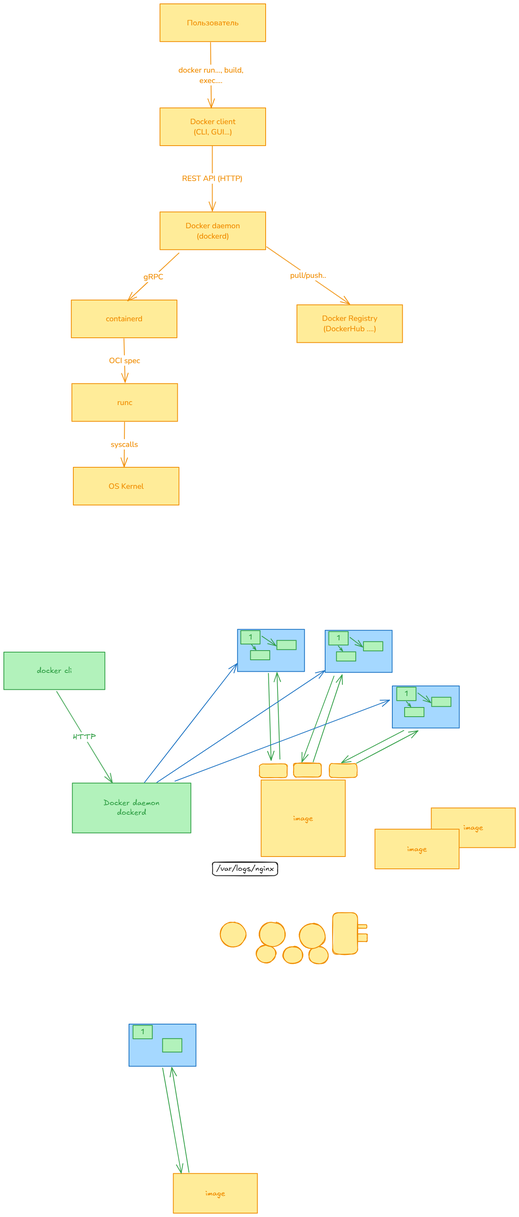
This is 6_docker/6.1_docker.excalidraw.png from silvercodes/p23_p31_docker, a Excalidraw export, as it was before one commit. Source tidied: one line per element, renumbered; positions are measured from the earlier drawing's top-left corner, leaving out a move shared by most shapes.
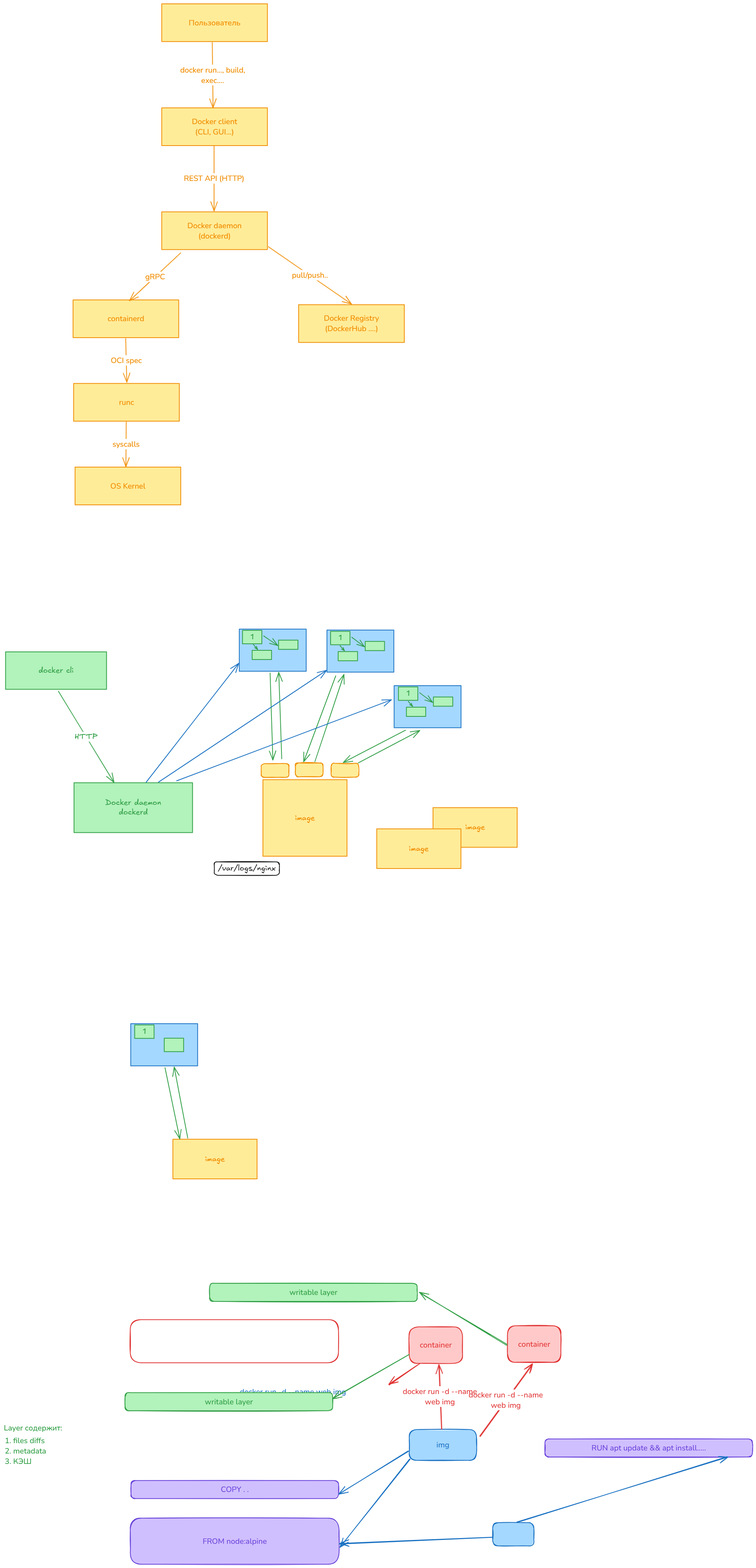
The same file after the commit.

Change to the diagram source:
```diff
@@ -40,13 +40,13 @@
 {"id": 39, "type": "arrow", "strokeColor": "#2f9e44", "backgroundColor": "#b2f2bb", "fillStyle": "solid", "strokeWidth": 2, "roughness": 0, "endArrowhead": "arrow", "round": true, "from": 80, "to": 29, "x": 919, "y": 1976, "width": 160, "height": 84, "points": [[0, 0], [160, -84]]}
 {"id": 40, "type": "arrow", "strokeColor": "#1971c2", "backgroundColor": "#b2f2bb", "fillStyle": "solid", "strokeWidth": 2, "roughness": 0, "endArrowhead": "arrow", "round": true, "from": 0, "to": 22, "x": 398, "y": 2026, "width": 438, "height": 291, "points": [[0, 0], [438, -291]]}
 {"id": 41, "type": "arrow", "strokeColor": "#1971c2", "backgroundColor": "#b2f2bb", "fillStyle": "solid", "strokeWidth": 2, "roughness": 0, "endArrowhead": "arrow", "round": true, "from": 0, "x": 446, "y": 2023, "width": 559, "height": 211, "points": [[0, 0], [559, -211]]}
-{"id": 42, "type": "rectangle", "strokeColor": "#f08c00", "backgroundColor": "#ffec99", "fillStyle": "solid", "strokeWidth": 2, "roughness": 0, "x": 441, "y": 3044, "width": 219, "height": 103}
+{"id": 42, "type": "rectangle", "strokeColor": "#f08c00", "backgroundColor": "#ffec99", "fillStyle": "solid", "strokeWidth": 2, "roughness": 0, "x": 436, "y": 2956, "width": 219, "height": 103}
-{"id": 43, "type": "text", "text": "image", "strokeColor": "#f08c00", "backgroundColor": "#ffec99", "fillStyle": "solid", "strokeWidth": 2, "roughness": 0, "fontSize": 20, "fontFamily": 5, "textAlign": "center", "verticalAlign": "middle", "inside": 42, "x": 525, "y": 3083, "width": 51, "height": 25}
+{"id": 43, "type": "text", "text": "image", "strokeColor": "#f08c00", "backgroundColor": "#ffec99", "fillStyle": "solid", "strokeWidth": 2, "roughness": 0, "fontSize": 20, "fontFamily": 5, "textAlign": "center", "verticalAlign": "middle", "inside": 42, "x": 520, "y": 2995, "width": 51, "height": 25}
 {"id": 44, "type": "rectangle", "strokeColor": "#1971c2", "backgroundColor": "#a5d8ff", "fillStyle": "solid", "strokeWidth": 2, "roughness": 0, "x": 326, "y": 2655, "width": 174, "height": 110}
 {"id": 45, "type": "rectangle", "strokeColor": "#2f9e44", "backgroundColor": "#b2f2bb", "fillStyle": "solid", "strokeWidth": 2, "roughness": 0, "x": 336, "y": 2658, "width": 50, "height": 35}
 {"id": 46, "type": "text", "text": "1", "strokeColor": "#2f9e44", "backgroundColor": "#b2f2bb", "fillStyle": "solid", "strokeWidth": 2, "roughness": 0, "fontSize": 20, "fontFamily": 5, "textAlign": "center", "verticalAlign": "middle", "inside": 45, "x": 357, "y": 2663, "width": 9, "height": 25}
-{"id": 47, "type": "arrow", "strokeColor": "#2f9e44", "backgroundColor": "#b2f2bb", "fillStyle": "solid", "strokeWidth": 2, "roughness": 0, "endArrowhead": "arrow", "round": true, "from": 44, "to": 42, "x": 414, "y": 2770, "width": 48, "height": 273, "points": [[0, 0], [48, 273]]}
+{"id": 47, "type": "arrow", "strokeColor": "#2f9e44", "backgroundColor": "#b2f2bb", "fillStyle": "solid", "strokeWidth": 2, "roughness": 0, "endArrowhead": "arrow", "round": true, "from": 44, "to": 42, "x": 415, "y": 2770, "width": 39, "height": 185, "points": [[0, 0], [39, 185]]}
-{"id": 48, "type": "arrow", "strokeColor": "#2f9e44", "backgroundColor": "#b2f2bb", "fillStyle": "solid", "strokeWidth": 2, "roughness": 0, "endArrowhead": "arrow", "round": true, "from": 42, "to": 44, "x": 482, "y": 3041, "width": 45, "height": 273, "points": [[0, 0], [-45, -273]]}
+{"id": 48, "type": "arrow", "strokeColor": "#2f9e44", "backgroundColor": "#b2f2bb", "fillStyle": "solid", "strokeWidth": 2, "roughness": 0, "endArrowhead": "arrow", "round": true, "from": 42, "to": 44, "x": 475, "y": 2953, "width": 35, "height": 185, "points": [[0, 0], [-35, -185]]}
 {"id": 49, "type": "rectangle", "strokeColor": "#2f9e44", "backgroundColor": "#b2f2bb", "fillStyle": "solid", "strokeWidth": 2, "roughness": 0, "x": 413, "y": 2693, "width": 50, "height": 35}
 {"id": 50, "type": "rectangle", "strokeColor": "#f08c00", "backgroundColor": "#ffec99", "fillStyle": "solid", "strokeWidth": 2, "roughness": 0, "x": 407, "y": 0, "width": 275, "height": 98}
 {"id": 51, "type": "text", "text": "Пользователь", "strokeColor": "#f08c00", "backgroundColor": "#ffec99", "fillStyle": "solid", "strokeWidth": 2, "roughness": 0, "fontSize": 20, "fontFamily": 6, "textAlign": "center", "verticalAlign": "middle", "inside": 50, "x": 477, "y": 36, "width": 135, "height": 27}
@@ -79,3 +79,33 @@
 {"id": 78, "type": "rectangle", "strokeColor": "#f08c00", "backgroundColor": "#ffec99", "fillStyle": "solid", "strokeWidth": 2, "roughness": 1, "round": true, "x": 666, "y": 1978, "width": 72, "height": 36}
 {"id": 79, "type": "rectangle", "strokeColor": "#f08c00", "backgroundColor": "#ffec99", "fillStyle": "solid", "strokeWidth": 2, "roughness": 1, "round": true, "x": 755, "y": 1976, "width": 72, "height": 36}
 {"id": 80, "type": "rectangle", "strokeColor": "#f08c00", "backgroundColor": "#ffec99", "fillStyle": "solid", "strokeWidth": 2, "roughness": 1, "round": true, "x": 848, "y": 1977, "width": 72, "height": 36}
+{"id": 81, "type": "rectangle", "strokeColor": "#6741d9", "backgroundColor": "#d0bfff", "fillStyle": "solid", "strokeWidth": 2, "roughness": 1, "round": true, "x": 325, "y": 3942, "width": 544, "height": 120}
+{"id": 82, "type": "text", "text": "FROM node:alpine", "strokeColor": "#6741d9", "backgroundColor": "#d0bfff", "fillStyle": "solid", "strokeWidth": 2, "roughness": 1, "fontSize": 20, "fontFamily": 6, "textAlign": "center", "verticalAlign": "middle", "inside": 81, "x": 513, "y": 3989, "width": 167, "height": 27}
+{"id": 83, "type": "rectangle", "strokeColor": "#6741d9", "backgroundColor": "#d0bfff", "fillStyle": "solid", "strokeWidth": 2, "roughness": 1, "round": true, "x": 327, "y": 3844, "width": 541, "height": 47}
+{"id": 84, "type": "text", "text": "COPY . .", "strokeColor": "#6741d9", "backgroundColor": "#d0bfff", "fillStyle": "solid", "strokeWidth": 2, "roughness": 1, "fontSize": 20, "fontFamily": 6, "textAlign": "center", "verticalAlign": "middle", "inside": 83, "x": 561, "y": 3854, "width": 73, "height": 27}
+{"id": 85, "type": "rectangle", "strokeColor": "#1971c2", "backgroundColor": "#a5d8ff", "fillStyle": "solid", "strokeWidth": 2, "roughness": 1, "round": true, "x": 1051, "y": 3711, "width": 175, "height": 80}
+{"id": 86, "type": "text", "text": "img", "strokeColor": "#1971c2", "backgroundColor": "#a5d8ff", "fillStyle": "solid", "strokeWidth": 2, "roughness": 1, "fontSize": 20, "fontFamily": 6, "textAlign": "center", "verticalAlign": "middle", "inside": 85, "x": 1122, "y": 3738, "width": 34, "height": 27}
+{"id": 87, "type": "arrow", "strokeColor": "#1971c2", "backgroundColor": "#a5d8ff", "fillStyle": "solid", "strokeWidth": 2, "roughness": 1, "endArrowhead": "arrow", "round": true, "from": 85, "to": 81, "x": 1054, "y": 3788, "width": 182, "height": 228, "points": [[0, 0], [-182, 228]]}
+{"id": 88, "type": "arrow", "strokeColor": "#1971c2", "backgroundColor": "#a5d8ff", "fillStyle": "solid", "strokeWidth": 2, "roughness": 1, "endArrowhead": "arrow", "round": true, "from": 85, "to": 83, "x": 1050, "y": 3767, "width": 182, "height": 113, "points": [[0, 0], [-182, 113]]}
+{"id": 89, "type": "rectangle", "strokeColor": "#1971c2", "backgroundColor": "#a5d8ff", "fillStyle": "solid", "strokeWidth": 2, "roughness": 1, "round": true, "x": 1269, "y": 3954, "width": 107, "height": 60}
+{"id": 90, "type": "rectangle", "strokeColor": "#6741d9", "backgroundColor": "#d0bfff", "fillStyle": "solid", "strokeWidth": 2, "roughness": 1, "round": true, "x": 1405, "y": 3736, "width": 541, "height": 47}
+{"id": 91, "type": "text", "text": "RUN apt update && apt install.....", "strokeColor": "#6741d9", "backgroundColor": "#d0bfff", "fillStyle": "solid", "strokeWidth": 2, "roughness": 1, "fontSize": 20, "fontFamily": 6, "textAlign": "center", "verticalAlign": "middle", "inside": 90, "x": 1526, "y": 3746, "width": 298, "height": 27}
+{"id": 92, "type": "arrow", "strokeColor": "#1971c2", "backgroundColor": "#a5d8ff", "fillStyle": "solid", "strokeWidth": 2, "roughness": 1, "endArrowhead": "arrow", "round": true, "from": 89, "to": 81, "x": 1268, "y": 3991, "width": 398, "height": 18, "points": [[0, 0], [-398, 18]]}
+{"id": 93, "type": "arrow", "strokeColor": "#1971c2", "backgroundColor": "#a5d8ff", "fillStyle": "solid", "strokeWidth": 2, "roughness": 1, "endArrowhead": "arrow", "round": true, "from": 89, "to": 90, "x": 1332, "y": 3954, "width": 548, "height": 170, "points": [[0, 0], [548, -170]]}
+{"id": 94, "type": "rectangle", "strokeColor": "#e03131", "backgroundColor": "#ffc9c9", "fillStyle": "solid", "strokeWidth": 2, "roughness": 1, "round": true, "x": 1051, "y": 3444, "width": 139, "height": 95}
+{"id": 95, "type": "text", "text": "container", "strokeColor": "#e03131", "backgroundColor": "#ffc9c9", "fillStyle": "solid", "strokeWidth": 2, "roughness": 1, "fontSize": 20, "fontFamily": 6, "textAlign": "center", "verticalAlign": "middle", "inside": 94, "x": 1079, "y": 3478, "width": 84, "height": 27}
+{"id": 96, "type": "arrow", "strokeColor": "#e03131", "backgroundColor": "#ffc9c9", "fillStyle": "solid", "strokeWidth": 2, "roughness": 1, "endArrowhead": "arrow", "round": true, "from": 85, "to": 94, "x": 1134, "y": 3709, "width": 5, "height": 166, "points": [[0, 0], [-5, -166]]}
+{"id": 97, "type": "text", "text": "docker run -d --name\nweb img", "strokeColor": "#e03131", "backgroundColor": "#ffc9c9", "fillStyle": "solid", "strokeWidth": 2, "roughness": 1, "fontSize": 20, "fontFamily": 6, "textAlign": "center", "verticalAlign": "middle", "inside": 96, "x": 1010, "y": 3610, "width": 193, "height": 54}
+{"id": 98, "type": "rectangle", "strokeColor": "#2f9e44", "backgroundColor": "#b2f2bb", "fillStyle": "solid", "strokeWidth": 2, "roughness": 1, "round": true, "x": 311, "y": 3615, "width": 541, "height": 47}
+{"id": 99, "type": "text", "text": "writable layer", "strokeColor": "#2f9e44", "backgroundColor": "#b2f2bb", "fillStyle": "solid", "strokeWidth": 2, "roughness": 1, "fontSize": 20, "fontFamily": 6, "textAlign": "center", "verticalAlign": "middle", "inside": 98, "x": 519, "y": 3625, "width": 125, "height": 27}
+{"id": 100, "type": "arrow", "strokeColor": "#2f9e44", "backgroundColor": "#b2f2bb", "fillStyle": "solid", "strokeWidth": 2, "roughness": 1, "endArrowhead": "arrow", "round": true, "from": 94, "to": 98, "x": 1050, "y": 3517, "width": 197, "height": 113, "points": [[0, 0], [-197, 113]]}
+{"id": 101, "type": "rectangle", "strokeColor": "#e03131", "backgroundColor": "#ffc9c9", "fillStyle": "solid", "strokeWidth": 2, "roughness": 1, "round": true, "x": 1307, "y": 3441, "width": 139, "height": 95}
+{"id": 102, "type": "text", "text": "container", "strokeColor": "#e03131", "backgroundColor": "#ffc9c9", "fillStyle": "solid", "strokeWidth": 2, "roughness": 1, "fontSize": 20, "fontFamily": 6, "textAlign": "center", "verticalAlign": "middle", "inside": 101, "x": 1335, "y": 3475, "width": 84, "height": 27}
+{"id": 103, "type": "arrow", "strokeColor": "#e03131", "backgroundColor": "#ffc9c9", "fillStyle": "solid", "strokeWidth": 2, "roughness": 1, "endArrowhead": "arrow", "round": true, "from": 85, "to": 101, "x": 1235, "y": 3728, "width": 135, "height": 187, "points": [[0, 0], [135, -187]]}
+{"id": 104, "type": "text", "text": "docker run -d --name\nweb img", "strokeColor": "#e03131", "backgroundColor": "#ffc9c9", "fillStyle": "solid", "strokeWidth": 2, "roughness": 1, "fontSize": 20, "fontFamily": 6, "textAlign": "center", "verticalAlign": "middle", "inside": 103, "x": 1048, "y": 3618, "width": 193, "height": 54}
+{"id": 105, "type": "rectangle", "strokeColor": "#2f9e44", "backgroundColor": "#b2f2bb", "fillStyle": "solid", "strokeWidth": 2, "roughness": 1, "round": true, "x": 531, "y": 3331, "width": 541, "height": 47}
+{"id": 106, "type": "text", "text": "writable layer", "strokeColor": "#2f9e44", "backgroundColor": "#b2f2bb", "fillStyle": "solid", "strokeWidth": 2, "roughness": 1, "fontSize": 20, "fontFamily": 6, "textAlign": "center", "verticalAlign": "middle", "inside": 105, "x": 739, "y": 3341, "width": 125, "height": 27}
+{"id": 107, "type": "arrow", "strokeColor": "#2f9e44", "backgroundColor": "#b2f2bb", "fillStyle": "solid", "strokeWidth": 2, "roughness": 1, "endArrowhead": "arrow", "round": true, "from": 101, "to": 105, "x": 1305, "y": 3491, "width": 225, "height": 135, "points": [[0, 0], [-225, -135]]}
+{"id": 108, "type": "text", "text": "1. files diffs\n2. metadata\n3. КЭШ", "strokeColor": "#2f9e44", "backgroundColor": "#b2f2bb", "fillStyle": "solid", "strokeWidth": 2, "roughness": 1, "fontSize": 20, "fontFamily": 6, "x": -2, "y": 3727, "width": 108, "height": 81}
+{"id": 109, "type": "text", "text": "Layer содержит:", "strokeColor": "#2f9e44", "backgroundColor": "#b2f2bb", "fillStyle": "solid", "strokeWidth": 2, "roughness": 1, "fontSize": 20, "fontFamily": 6, "x": -4, "y": 3694, "width": 152, "height": 27}
+{"id": 110, "type": "rectangle", "strokeColor": "#e03131", "strokeWidth": 2, "roughness": 1, "round": true, "x": 325, "y": 3425, "width": 542, "height": 112}
```
